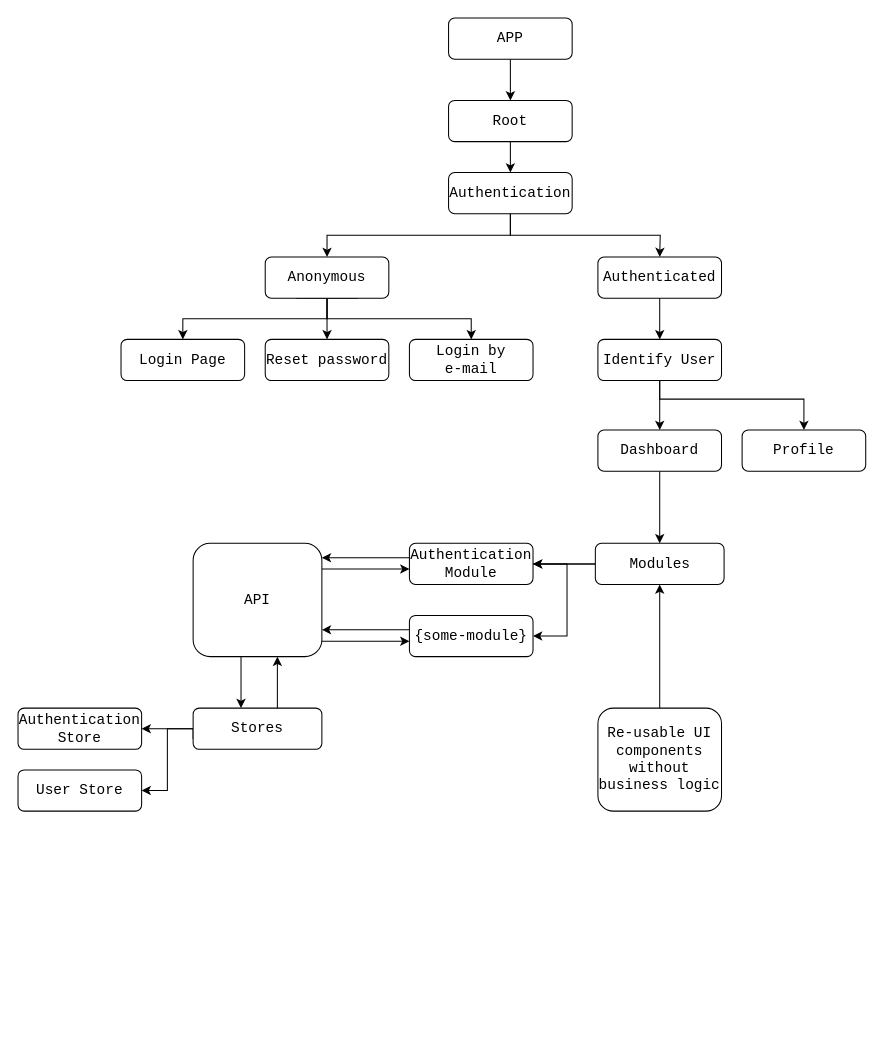
Before: PluscoApp.drawio in pkuzmich/todo, a draw.io diagram. Source tidied: cells renumbered, new cells numbered last; positions are measured from the earlier drawing's top-left corner, leaving out a move shared by most shapes. Both pictures are drawn from the tidied source at 103%, with x=0, y=0 at pixel (18, 18).
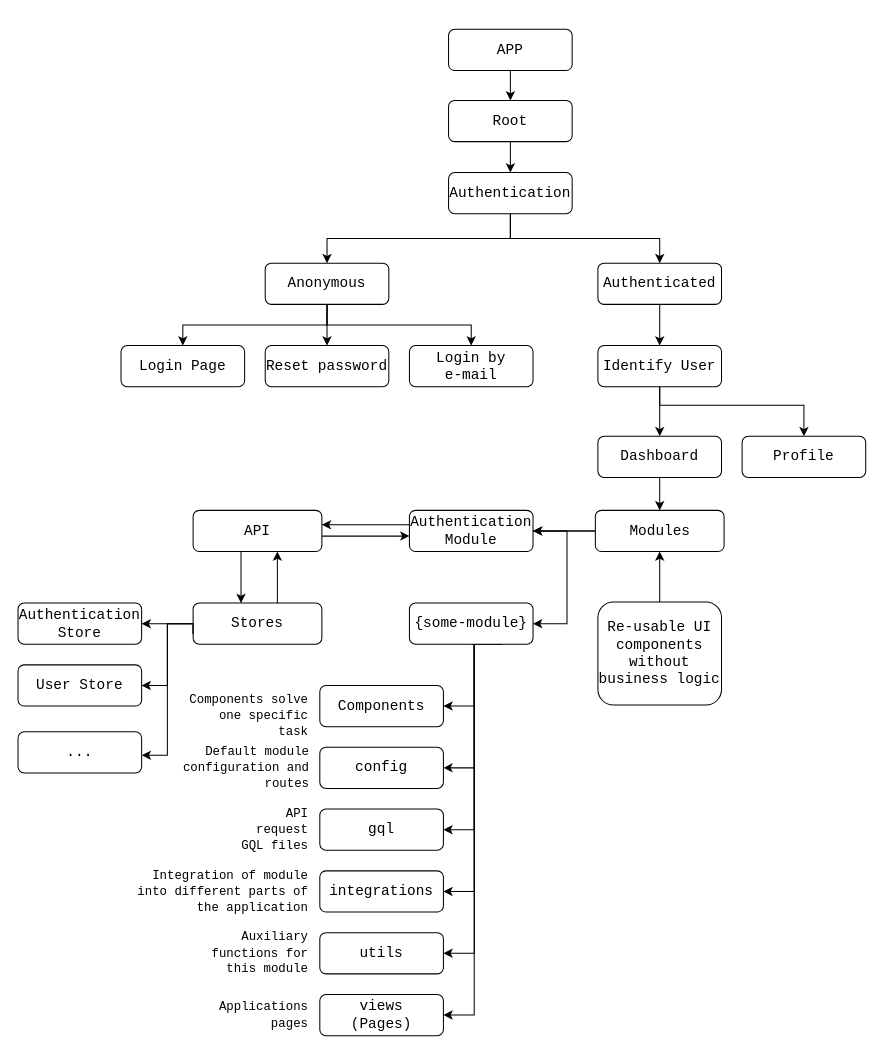
The same page after the edit.

Unchanged cells that the change refers to:
```xml
<mxCell id="11" value="&lt;font style=&quot;font-size: 14px;&quot; face=&quot;monospace&quot;&gt;Authentication&lt;/font&gt;" style="rounded=1;whiteSpace=wrap;html=1;" parent="1" vertex="1">
  <mxGeometry x="418" y="150" width="120" height="40" as="geometry" />
</mxCell>
```

Change to the diagram source:
```diff
@@
     <mxCell id="3" value="&lt;font style=&quot;font-size: 14px;&quot; face=&quot;monospace&quot;&gt;APP&lt;/font&gt;" style="rounded=1;whiteSpace=wrap;html=1;" parent="1" vertex="1">
-      <mxGeometry x="418" width="120" height="40" as="geometry" />
+      <mxGeometry x="418" y="11" width="120" height="40" as="geometry" />
     </mxCell>
@@
     <mxCell id="6" style="edgeStyle=orthogonalEdgeStyle;rounded=0;orthogonalLoop=1;jettySize=auto;html=1;exitX=0.75;exitY=0;exitDx=0;exitDy=0;entryX=0.75;entryY=1;entryDx=0;entryDy=0;" parent="1" edge="1">
       <mxGeometry relative="1" as="geometry">
-        <mxPoint x="251.8" y="670" as="sourcePoint" />
-        <mxPoint x="251.8" y="620" as="targetPoint" />
+        <mxPoint x="251.8" y="568" as="sourcePoint" />
+        <mxPoint x="251.8" y="518" as="targetPoint" />
       </mxGeometry>
     </mxCell>
@@
     <mxCell id="8" style="edgeStyle=orthogonalEdgeStyle;rounded=0;jettySize=auto;html=1;exitX=0;exitY=0.75;exitDx=0;exitDy=0;entryX=1;entryY=0.5;entryDx=0;entryDy=0;" parent="1" edge="1" source="9" target="29">
       <mxGeometry relative="1" as="geometry">
         <Array as="points">
-          <mxPoint x="170" y="690" />
-          <mxPoint x="145" y="690" />
-          <mxPoint x="145" y="750" />
+          <mxPoint x="170" y="588" />
+          <mxPoint x="145" y="588" />
+          <mxPoint x="145" y="648" />
         </Array>
       </mxGeometry>
     </mxCell>
     <mxCell id="9" value="&lt;font style=&quot;font-size: 14px;&quot; face=&quot;monospace&quot;&gt;Stores&lt;/font&gt;" style="rounded=1;whiteSpace=wrap;html=1;" parent="1" vertex="1">
-      <mxGeometry x="170" y="670" width="125" height="40" as="geometry" />
+      <mxGeometry x="170" y="568" width="125" height="40" as="geometry" />
     </mxCell>
@@
+    <mxCell id="44" style="edgeStyle=orthogonalEdgeStyle;rounded=0;jettySize=auto;html=1;exitX=0.5;exitY=1;exitDx=0;exitDy=0;entryX=0.5;entryY=0;entryDx=0;entryDy=0;" parent="1" edge="1" source="11" target="17">
+      <mxGeometry relative="1" as="geometry" />
+    </mxCell>
@@
     <mxCell id="13" style="edgeStyle=orthogonalEdgeStyle;rounded=0;jettySize=auto;html=1;exitX=0.25;exitY=1;exitDx=0;exitDy=0;entryX=0.5;entryY=0;entryDx=0;entryDy=0;" parent="1" edge="1" source="15" target="18">
       <mxGeometry relative="1" as="geometry">
         <Array as="points">
-          <mxPoint x="300" y="272" />
-          <mxPoint x="300" y="292" />
-          <mxPoint x="160" y="292" />
+          <mxPoint x="300" y="278" />
+          <mxPoint x="300" y="298" />
+          <mxPoint x="160" y="298" />
         </Array>
       </mxGeometry>
     </mxCell>
     <mxCell id="14" style="edgeStyle=orthogonalEdgeStyle;rounded=0;jettySize=auto;html=1;exitX=0.75;exitY=1;exitDx=0;exitDy=0;entryX=0.5;entryY=0;entryDx=0;entryDy=0;" parent="1" edge="1" source="15" target="20">
       <mxGeometry relative="1" as="geometry">
         <Array as="points">
-          <mxPoint x="300" y="272" />
-          <mxPoint x="300" y="292" />
-          <mxPoint x="440" y="292" />
+          <mxPoint x="300" y="278" />
+          <mxPoint x="300" y="298" />
+          <mxPoint x="440" y="298" />
         </Array>
       </mxGeometry>
     </mxCell>
     <mxCell id="15" value="&lt;font style=&quot;font-size: 14px;&quot; face=&quot;monospace&quot;&gt;Anonymous&lt;/font&gt;" style="rounded=1;whiteSpace=wrap;html=1;" parent="1" vertex="1">
-      <mxGeometry x="240" y="232" width="120" height="40" as="geometry" />
+      <mxGeometry x="240" y="238" width="120" height="40" as="geometry" />
     </mxCell>
@@
     <mxCell id="17" value="&lt;font style=&quot;font-size: 14px;&quot; face=&quot;monospace&quot;&gt;Authenticated&lt;/font&gt;" style="rounded=1;whiteSpace=wrap;html=1;" parent="1" vertex="1">
-      <mxGeometry x="563" y="232" width="120" height="40" as="geometry" />
+      <mxGeometry x="563" y="238" width="120" height="40" as="geometry" />
     </mxCell>
     <mxCell id="18" value="&lt;font style=&quot;font-size: 14px;&quot; face=&quot;monospace&quot;&gt;Login Page&lt;/font&gt;" style="rounded=1;whiteSpace=wrap;html=1;" parent="1" vertex="1">
-      <mxGeometry x="100" y="312" width="120" height="40" as="geometry" />
+      <mxGeometry x="100" y="318" width="120" height="40" as="geometry" />
     </mxCell>
     <mxCell id="19" value="&lt;font style=&quot;font-size: 14px;&quot; face=&quot;monospace&quot;&gt;Reset password&lt;/font&gt;" style="rounded=1;whiteSpace=wrap;html=1;" parent="1" vertex="1">
-      <mxGeometry x="240" y="312" width="120" height="40" as="geometry" />
+      <mxGeometry x="240" y="318" width="120" height="40" as="geometry" />
     </mxCell>
     <mxCell id="20" value="&lt;font style=&quot;font-size: 14px;&quot; face=&quot;monospace&quot;&gt;Login by&lt;br&gt;e-mail&lt;/font&gt;" style="rounded=1;whiteSpace=wrap;html=1;" parent="1" vertex="1">
-      <mxGeometry x="380" y="312" width="120" height="40" as="geometry" />
+      <mxGeometry x="380" y="318" width="120" height="40" as="geometry" />
     </mxCell>
-    <mxCell id="21" style="edgeStyle=orthogonalEdgeStyle;rounded=0;jettySize=auto;html=1;entryX=0.5;entryY=0;entryDx=0;entryDy=0;exitX=0.5;exitY=1;exitDx=0;exitDy=0;" parent="1" edge="1" source="11">
-      <mxGeometry relative="1" as="geometry">
-        <mxPoint x="623" y="232" as="targetPoint" />
-      </mxGeometry>
-    </mxCell>
@@
     <mxCell id="23" style="edgeStyle=orthogonalEdgeStyle;rounded=0;jettySize=auto;html=1;entryX=0.5;entryY=0;entryDx=0;entryDy=0;" parent="1" edge="1" source="24" target="27">
       <mxGeometry relative="1" as="geometry">
         <Array as="points">
-          <mxPoint x="623" y="370" />
-          <mxPoint x="763" y="370" />
+          <mxPoint x="623" y="376" />
+          <mxPoint x="763" y="376" />
         </Array>
       </mxGeometry>
     </mxCell>
     <mxCell id="24" value="&lt;font style=&quot;font-size: 14px;&quot; face=&quot;monospace&quot;&gt;Identify User&lt;/font&gt;" style="rounded=1;whiteSpace=wrap;html=1;" parent="1" vertex="1">
-      <mxGeometry x="563" y="312" width="120" height="40" as="geometry" />
+      <mxGeometry x="563" y="318" width="120" height="40" as="geometry" />
     </mxCell>
@@
     <mxCell id="26" value="&lt;font style=&quot;font-size: 14px;&quot; face=&quot;monospace&quot;&gt;Dashboard&lt;/font&gt;" style="rounded=1;whiteSpace=wrap;html=1;" parent="1" vertex="1">
-      <mxGeometry x="563" y="400" width="120" height="40" as="geometry" />
+      <mxGeometry x="563" y="406" width="120" height="40" as="geometry" />
     </mxCell>
     <mxCell id="27" value="&lt;font style=&quot;font-size: 14px;&quot; face=&quot;monospace&quot;&gt;Profile&lt;/font&gt;" style="rounded=1;whiteSpace=wrap;html=1;" parent="1" vertex="1">
-      <mxGeometry x="703" y="400" width="120" height="40" as="geometry" />
+      <mxGeometry x="703" y="406" width="120" height="40" as="geometry" />
     </mxCell>
     <mxCell id="28" value="&lt;font style=&quot;&quot; face=&quot;monospace&quot;&gt;&lt;span style=&quot;font-size: 14px;&quot;&gt;Authentication&lt;br&gt;&lt;/span&gt;&lt;/font&gt;&lt;font style=&quot;font-size: 14px;&quot; face=&quot;monospace&quot;&gt;Store&lt;/font&gt;" style="rounded=1;whiteSpace=wrap;html=1;" parent="1" vertex="1">
-      <mxGeometry y="670" width="120" height="40" as="geometry" />
+      <mxGeometry y="568" width="120" height="40" as="geometry" />
     </mxCell>
     <mxCell id="29" value="&lt;font style=&quot;font-size: 14px;&quot; face=&quot;monospace&quot;&gt;User Store&lt;/font&gt;" style="rounded=1;whiteSpace=wrap;html=1;" parent="1" vertex="1">
-      <mxGeometry y="730" width="120" height="40" as="geometry" />
+      <mxGeometry y="628" width="120" height="40" as="geometry" />
     </mxCell>
@@
     <mxCell id="31" style="edgeStyle=orthogonalEdgeStyle;rounded=0;jettySize=auto;html=1;" parent="1" edge="1" source="41" target="35">
       <mxGeometry relative="1" as="geometry">
         <Array as="points">
-          <mxPoint x="533" y="530" />
-          <mxPoint x="533" y="600" />
+          <mxPoint x="533" y="498" />
+          <mxPoint x="533" y="588" />
         </Array>
       </mxGeometry>
     </mxCell>
     <mxCell id="32" value="&lt;font style=&quot;font-size: 14px;&quot; face=&quot;monospace&quot;&gt;Modules&lt;/font&gt;" style="rounded=1;whiteSpace=wrap;html=1;" parent="1" vertex="1">
-      <mxGeometry x="560.5" y="510" width="125" height="40" as="geometry" />
+      <mxGeometry x="560.5" y="478" width="125" height="40" as="geometry" />
     </mxCell>
@@
     <mxCell id="34" value="&lt;font style=&quot;font-size: 14px;&quot; face=&quot;monospace&quot;&gt;Re-usable UI components&lt;br&gt;&lt;/font&gt;&lt;code&gt;&lt;font style=&quot;font-size: 14px;&quot;&gt;without business logic&lt;/font&gt;&lt;/code&gt;" style="rounded=1;whiteSpace=wrap;html=1;" parent="1" vertex="1">
-      <mxGeometry x="563" y="670" width="120" height="100" as="geometry" />
+      <mxGeometry x="563" y="567" width="120" height="100" as="geometry" />
     </mxCell>
+    <mxCell id="45" style="edgeStyle=orthogonalEdgeStyle;rounded=0;jettySize=auto;html=1;exitX=0.5;exitY=1;exitDx=0;exitDy=0;entryX=1;entryY=0.5;entryDx=0;entryDy=0;" parent="1" edge="1" source="35" target="53">
+      <mxGeometry relative="1" as="geometry">
+        <Array as="points">
+          <mxPoint x="443" y="608" />
+          <mxPoint x="443" y="668" />
+        </Array>
+      </mxGeometry>
+    </mxCell>
+    <mxCell id="46" style="edgeStyle=orthogonalEdgeStyle;rounded=0;jettySize=auto;html=1;exitX=0.75;exitY=1;exitDx=0;exitDy=0;entryX=1;entryY=0.5;entryDx=0;entryDy=0;" parent="1" edge="1" source="35" target="54">
+      <mxGeometry relative="1" as="geometry">
+        <Array as="points">
+          <mxPoint x="443" y="608" />
+          <mxPoint x="443" y="728" />
+        </Array>
+      </mxGeometry>
+    </mxCell>
+    <mxCell id="47" style="edgeStyle=orthogonalEdgeStyle;rounded=0;jettySize=auto;html=1;exitX=0.524;exitY=0.979;exitDx=0;exitDy=0;entryX=1;entryY=0.5;entryDx=0;entryDy=0;exitPerimeter=0;" parent="1" edge="1" source="35" target="58">
+      <mxGeometry relative="1" as="geometry">
+        <Array as="points">
+          <mxPoint x="443" y="968" />
+        </Array>
+      </mxGeometry>
+    </mxCell>
+    <mxCell id="48" style="edgeStyle=orthogonalEdgeStyle;rounded=0;jettySize=auto;html=1;exitX=0.75;exitY=1;exitDx=0;exitDy=0;entryX=1;entryY=0.5;entryDx=0;entryDy=0;" parent="1" edge="1" source="35" target="55">
+      <mxGeometry relative="1" as="geometry">
+        <Array as="points">
+          <mxPoint x="443" y="608" />
+          <mxPoint x="443" y="788" />
+        </Array>
+      </mxGeometry>
+    </mxCell>
+    <mxCell id="49" style="edgeStyle=orthogonalEdgeStyle;rounded=0;jettySize=auto;html=1;exitX=0.75;exitY=1;exitDx=0;exitDy=0;entryX=1;entryY=0.5;entryDx=0;entryDy=0;" parent="1" edge="1" source="35" target="56">
+      <mxGeometry relative="1" as="geometry">
+        <Array as="points">
+          <mxPoint x="443" y="608" />
+          <mxPoint x="443" y="848" />
+        </Array>
+      </mxGeometry>
+    </mxCell>
+    <mxCell id="50" style="edgeStyle=orthogonalEdgeStyle;rounded=0;jettySize=auto;html=1;exitX=0.75;exitY=1;exitDx=0;exitDy=0;entryX=1;entryY=0.5;entryDx=0;entryDy=0;" parent="1" edge="1" source="35" target="57">
+      <mxGeometry relative="1" as="geometry">
+        <Array as="points">
+          <mxPoint x="443" y="608" />
+          <mxPoint x="443" y="908" />
+        </Array>
+      </mxGeometry>
+    </mxCell>
     <mxCell id="35" value="&lt;code&gt;&lt;font style=&quot;font-size: 14px;&quot;&gt;{some-module&lt;span class=&quot;o&quot;&gt;}&lt;/span&gt;&lt;/font&gt;&lt;/code&gt;" style="rounded=1;whiteSpace=wrap;html=1;" parent="1" vertex="1">
-      <mxGeometry x="380" y="580" width="120" height="40" as="geometry" />
+      <mxGeometry x="380" y="568" width="120" height="40" as="geometry" />
     </mxCell>
     <mxCell id="36" style="edgeStyle=orthogonalEdgeStyle;rounded=0;orthogonalLoop=1;jettySize=auto;html=1;exitX=1;exitY=0.75;exitDx=0;exitDy=0;entryX=0;entryY=0.75;entryDx=0;entryDy=0;" parent="1" edge="1">
       <mxGeometry relative="1" as="geometry">
-        <mxPoint x="295" y="535" as="sourcePoint" />
-        <mxPoint x="380" y="535" as="targetPoint" />
+        <mxPoint x="295" y="503" as="sourcePoint" />
+        <mxPoint x="380" y="503" as="targetPoint" />
       </mxGeometry>
     </mxCell>
     <mxCell id="37" style="edgeStyle=orthogonalEdgeStyle;rounded=0;orthogonalLoop=1;jettySize=auto;html=1;" parent="1" edge="1">
       <mxGeometry relative="1" as="geometry">
-        <mxPoint x="216.5" y="620" as="sourcePoint" />
-        <mxPoint x="216.5" y="670" as="targetPoint" />
+        <mxPoint x="216.5" y="518" as="sourcePoint" />
+        <mxPoint x="216.5" y="568" as="targetPoint" />
       </mxGeometry>
     </mxCell>
     <mxCell id="38" value="&lt;font face=&quot;monospace&quot; style=&quot;font-size: 14px;&quot;&gt;API&lt;/font&gt;" style="rounded=1;whiteSpace=wrap;html=1;" parent="1" vertex="1">
-      <mxGeometry x="170" y="510" width="125" height="110" as="geometry" />
+      <mxGeometry x="170" y="478" width="125" height="40" as="geometry" />
     </mxCell>
@@
     <mxCell id="40" style="edgeStyle=orthogonalEdgeStyle;rounded=0;orthogonalLoop=1;jettySize=auto;html=1;" parent="1" edge="1">
       <mxGeometry relative="1" as="geometry">
-        <mxPoint x="380" y="524" as="sourcePoint" />
-        <mxPoint x="295" y="524" as="targetPoint" />
+        <mxPoint x="380" y="492" as="sourcePoint" />
+        <mxPoint x="295" y="492" as="targetPoint" />
       </mxGeometry>
     </mxCell>
     <mxCell id="41" value="&lt;font face=&quot;monospace&quot;&gt;&lt;font style=&quot;font-size: 14px;&quot;&gt;Authentication&lt;br&gt;Module&lt;/font&gt;&lt;br&gt;&lt;/font&gt;" style="rounded=1;whiteSpace=wrap;html=1;" parent="1" vertex="1">
-      <mxGeometry x="380" y="510" width="120" height="40" as="geometry" />
+      <mxGeometry x="380" y="478" width="120" height="40" as="geometry" />
     </mxCell>
-    <mxCell id="42" style="edgeStyle=orthogonalEdgeStyle;rounded=0;orthogonalLoop=1;jettySize=auto;html=1;exitX=1;exitY=0.75;exitDx=0;exitDy=0;entryX=0;entryY=0.75;entryDx=0;entryDy=0;" parent="1" edge="1">
-      <mxGeometry relative="1" as="geometry">
-        <mxPoint x="295" y="605" as="sourcePoint" />
-        <mxPoint x="380" y="605" as="targetPoint" />
-      </mxGeometry>
-    </mxCell>
-    <mxCell id="43" style="edgeStyle=orthogonalEdgeStyle;rounded=0;orthogonalLoop=1;jettySize=auto;html=1;" parent="1" edge="1">
-      <mxGeometry relative="1" as="geometry">
-        <mxPoint x="380" y="594" as="sourcePoint" />
-        <mxPoint x="295" y="594" as="targetPoint" />
-      </mxGeometry>
-    </mxCell>
+    <mxCell id="51" value="&lt;font style=&quot;font-size: 14px;&quot; face=&quot;monospace&quot;&gt;...&lt;/font&gt;" style="rounded=1;whiteSpace=wrap;html=1;" parent="1" vertex="1">
+      <mxGeometry y="693" width="120" height="40" as="geometry" />
+    </mxCell>
+    <mxCell id="52" style="edgeStyle=orthogonalEdgeStyle;rounded=0;jettySize=auto;html=1;exitX=0;exitY=0.75;exitDx=0;exitDy=0;entryX=1.001;entryY=0.57;entryDx=0;entryDy=0;entryPerimeter=0;" parent="1" edge="1" source="9" target="51">
+      <mxGeometry relative="1" as="geometry">
+        <Array as="points">
+          <mxPoint x="170" y="588" />
+          <mxPoint x="145" y="588" />
+          <mxPoint x="145" y="716" />
+        </Array>
+      </mxGeometry>
+    </mxCell>
+    <mxCell id="53" value="&lt;code&gt;&lt;font style=&quot;&quot;&gt;&lt;span style=&quot;font-size: 14px;&quot;&gt;Components&lt;/span&gt;&lt;br&gt;&lt;/font&gt;&lt;/code&gt;" style="rounded=1;whiteSpace=wrap;html=1;" parent="1" vertex="1">
+      <mxGeometry x="293" y="648" width="120" height="40" as="geometry" />
+    </mxCell>
+    <mxCell id="54" value="&lt;code&gt;&lt;font style=&quot;&quot;&gt;&lt;span style=&quot;font-size: 14px;&quot;&gt;config&lt;/span&gt;&lt;br&gt;&lt;/font&gt;&lt;/code&gt;" style="rounded=1;whiteSpace=wrap;html=1;" parent="1" vertex="1">
+      <mxGeometry x="293" y="708" width="120" height="40" as="geometry" />
+    </mxCell>
+    <mxCell id="55" value="&lt;code&gt;&lt;font style=&quot;&quot;&gt;&lt;span style=&quot;font-size: 14px;&quot;&gt;gql&lt;/span&gt;&lt;br&gt;&lt;/font&gt;&lt;/code&gt;" style="rounded=1;whiteSpace=wrap;html=1;" parent="1" vertex="1">
+      <mxGeometry x="293" y="768" width="120" height="40" as="geometry" />
+    </mxCell>
+    <mxCell id="56" value="&lt;code&gt;&lt;font style=&quot;&quot;&gt;&lt;code&gt;&lt;font style=&quot;font-size: 14px;&quot;&gt;integrations&lt;/font&gt;&lt;/code&gt;&lt;br&gt;&lt;/font&gt;&lt;/code&gt;" style="rounded=1;whiteSpace=wrap;html=1;" parent="1" vertex="1">
+      <mxGeometry x="293" y="828" width="120" height="40" as="geometry" />
+    </mxCell>
+    <mxCell id="57" value="&lt;code&gt;&lt;font style=&quot;&quot;&gt;&lt;code&gt;&lt;font style=&quot;font-size: 14px;&quot;&gt;utils&lt;/font&gt;&lt;/code&gt;&lt;br&gt;&lt;/font&gt;&lt;/code&gt;" style="rounded=1;whiteSpace=wrap;html=1;" parent="1" vertex="1">
+      <mxGeometry x="293" y="888" width="120" height="40" as="geometry" />
+    </mxCell>
+    <mxCell id="58" value="&lt;code&gt;&lt;font style=&quot;&quot;&gt;&lt;font style=&quot;font-size: 14px;&quot;&gt;&lt;code&gt;&lt;font style=&quot;&quot;&gt;views&lt;br&gt;&lt;/font&gt;&lt;/code&gt;(Pages)&lt;/font&gt;&lt;br&gt;&lt;/font&gt;&lt;/code&gt;" style="rounded=1;whiteSpace=wrap;html=1;" parent="1" vertex="1">
+      <mxGeometry x="293" y="948" width="120" height="40" as="geometry" />
+    </mxCell>
+    <mxCell id="59" value="&lt;code&gt;Components solve&lt;br&gt;one specific task&lt;/code&gt;" style="text;whiteSpace=wrap;html=1;align=right;" parent="1" vertex="1">
+      <mxGeometry x="164" y="648" width="120" height="40" as="geometry" />
+    </mxCell>
+    <mxCell id="60" value="&lt;code&gt;Applications pages&lt;/code&gt;" style="text;html=1;strokeColor=none;fillColor=none;align=right;verticalAlign=middle;whiteSpace=wrap;rounded=0;" parent="1" vertex="1">
+      <mxGeometry x="197" y="953" width="87" height="30" as="geometry" />
+    </mxCell>
+    <mxCell id="61" value="&lt;code&gt;Auxiliary functions for this module&lt;/code&gt;" style="text;html=1;strokeColor=none;fillColor=none;align=right;verticalAlign=middle;whiteSpace=wrap;rounded=0;" parent="1" vertex="1">
+      <mxGeometry x="154" y="893" width="130" height="30" as="geometry" />
+    </mxCell>
+    <mxCell id="62" value="&lt;code&gt;API request GQL files&lt;/code&gt;" style="text;html=1;strokeColor=none;fillColor=none;align=right;verticalAlign=middle;whiteSpace=wrap;rounded=0;" parent="1" vertex="1">
+      <mxGeometry x="203" y="773" width="81" height="30" as="geometry" />
+    </mxCell>
+    <mxCell id="63" value="&lt;code&gt;Default module configuration and routes&lt;/code&gt;" style="text;html=1;strokeColor=none;fillColor=none;align=right;verticalAlign=middle;whiteSpace=wrap;rounded=0;" parent="1" vertex="1">
+      <mxGeometry x="111.5" y="692" width="172.5" height="72" as="geometry" />
+    </mxCell>
+    <mxCell id="64" value="&lt;code&gt;Integration of module into different parts of the application&lt;/code&gt;" style="text;html=1;strokeColor=none;fillColor=none;align=right;verticalAlign=middle;whiteSpace=wrap;rounded=0;" parent="1" vertex="1">
+      <mxGeometry x="104" y="833" width="180" height="30" as="geometry" />
+    </mxCell>
```
